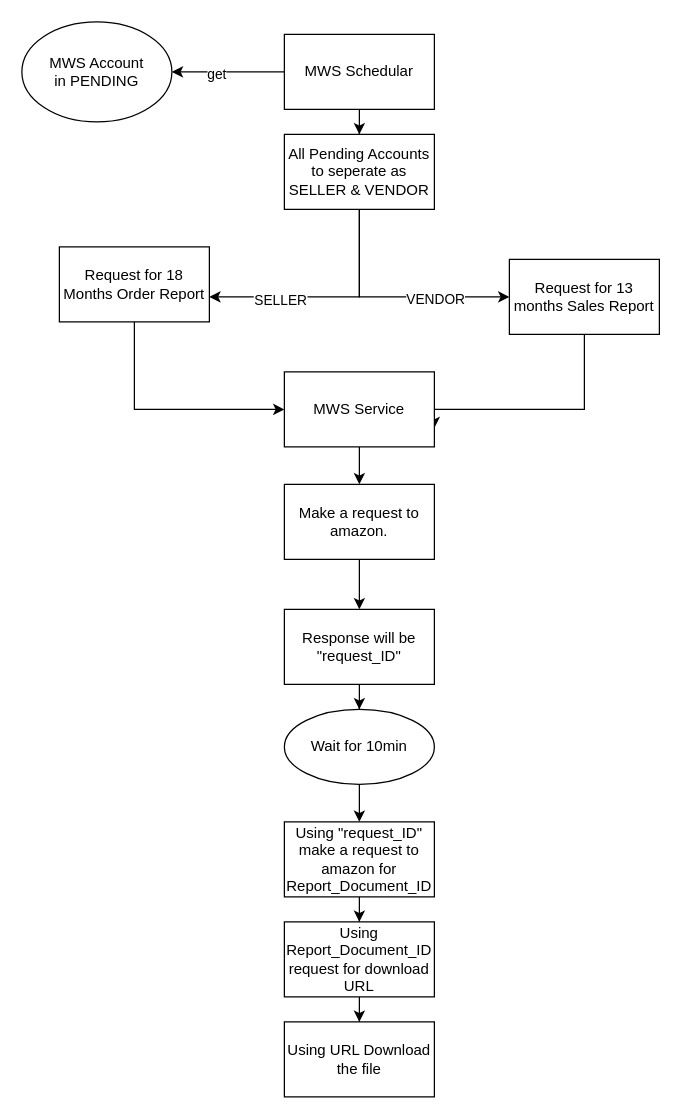
Above: page "Request & Download Report" (3 of 3) of draww/Untitled Diagram.drawio in SharathPrakash/DRAWW.io (draw.io), before the change. Source tidied: cells renumbered, new cells numbered last; positions are measured from the earlier drawing's top-left corner, leaving out a move shared by most shapes. Both pictures are drawn from the tidied source at 125%, with x=0, y=0 at pixel (21, 21).
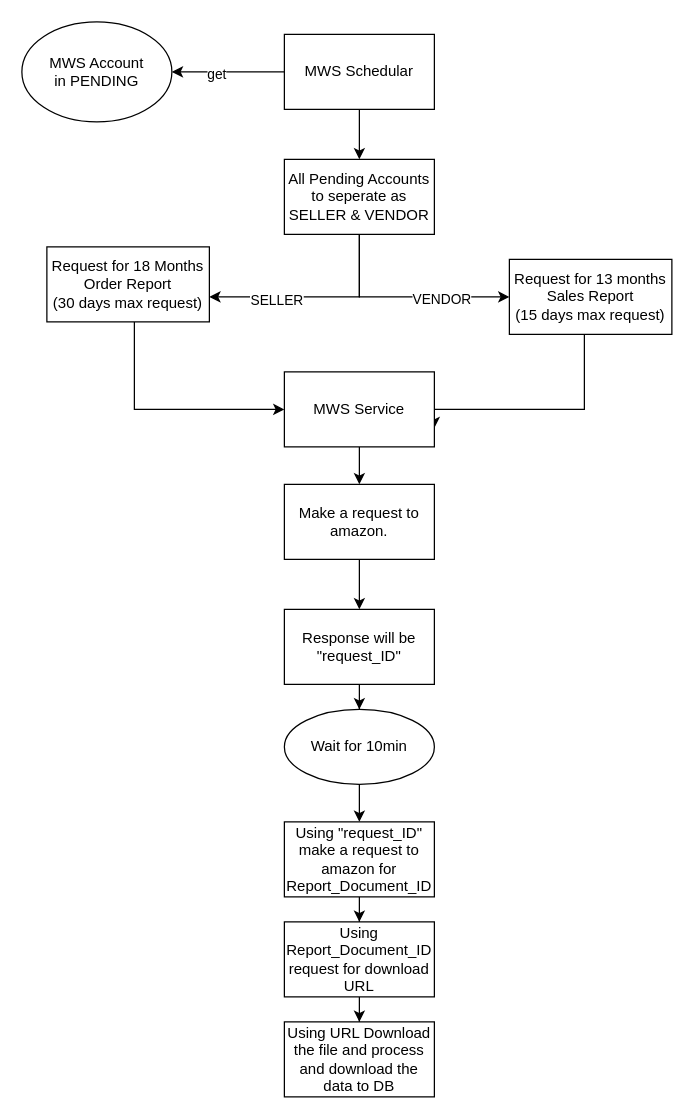
The same diagram, later.

Change to the diagram source:
```diff
@@
     <mxCell id="11" value="All Pending Accounts to seperate as SELLER &amp;amp; VENDOR" style="whiteSpace=wrap;html=1;" parent="1" vertex="1">
-      <mxGeometry x="210" y="90" width="120" height="60" as="geometry" />
+      <mxGeometry x="210" y="110" width="120" height="60" as="geometry" />
     </mxCell>
@@
-    <mxCell id="13" value="Request for 18 Months Order Report" style="whiteSpace=wrap;html=1;" parent="1" vertex="1">
-      <mxGeometry x="30" y="180" width="120" height="60" as="geometry" />
+    <mxCell id="13" value="Request for 18 Months Order Report&lt;br&gt;(30 days max request)" style="whiteSpace=wrap;html=1;" parent="1" vertex="1">
+      <mxGeometry x="20" y="180" width="130" height="60" as="geometry" />
     </mxCell>
@@
-    <mxCell id="15" value="Request for 13 months Sales Report" style="whiteSpace=wrap;html=1;" parent="1" vertex="1">
-      <mxGeometry x="390" y="190" width="120" height="60" as="geometry" />
+    <mxCell id="15" value="Request for 13 months Sales Report&lt;br&gt;(15 days max request)" style="whiteSpace=wrap;html=1;" parent="1" vertex="1">
+      <mxGeometry x="390" y="190" width="130" height="60" as="geometry" />
     </mxCell>
@@
-    <mxCell id="28" value="Using URL Download the file" style="whiteSpace=wrap;html=1;rounded=0;" parent="1" vertex="1">
+    <mxCell id="28" value="Using URL Download the file and process and download the data to DB" style="whiteSpace=wrap;html=1;rounded=0;" parent="1" vertex="1">
       <mxGeometry x="210" y="800" width="120" height="60" as="geometry" />
     </mxCell>
```
